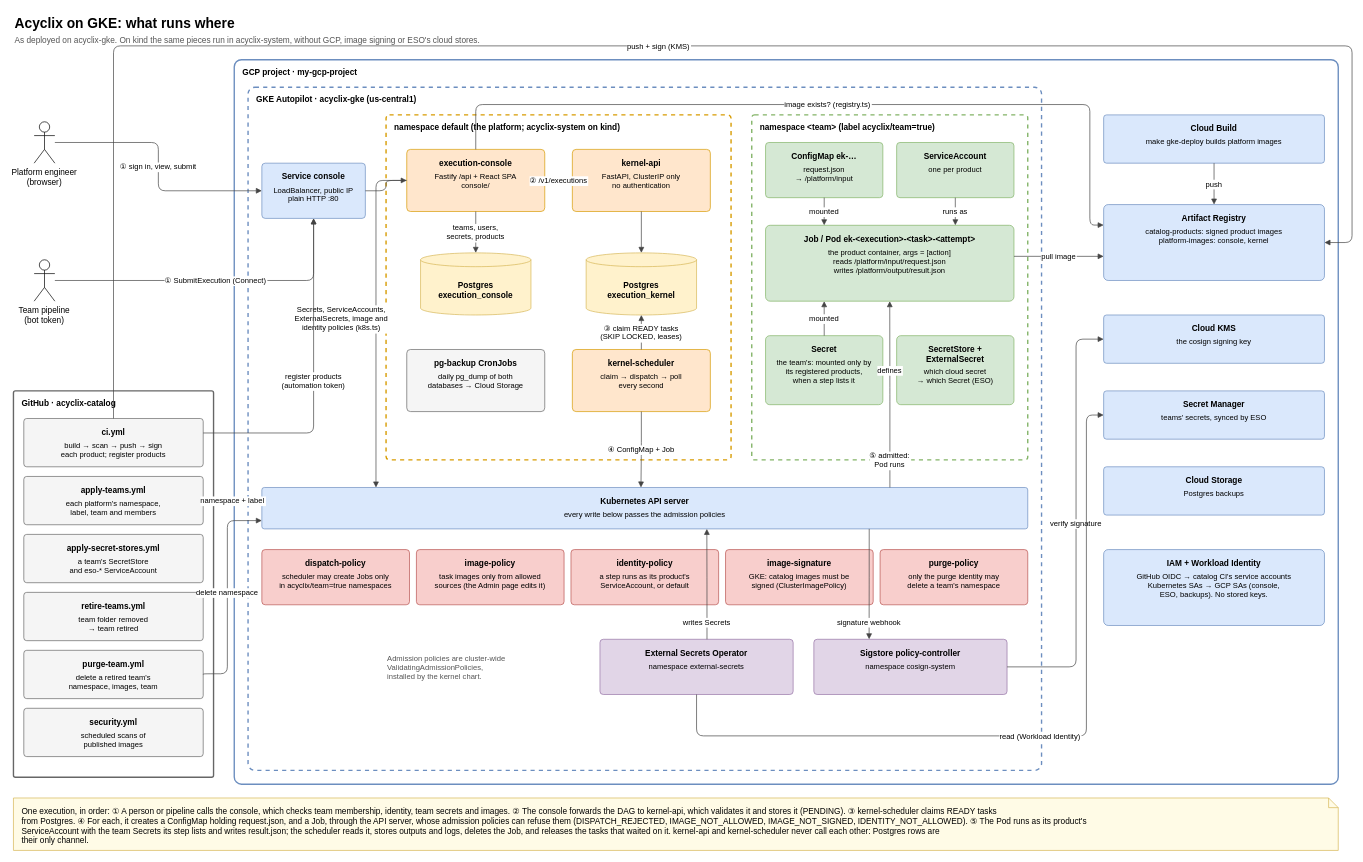
Earlier version of the draw.io diagram page "1 · System" (1 of 5) of docs/architecture/acyclix.drawio (rburns629/vertra). Source tidied: cells renumbered, new cells numbered last; positions are measured from the earlier drawing's top-left corner, leaving out a move shared by most shapes. Both pictures are drawn from the tidied source at 69%, with x=0, y=0 at pixel (13, 11).
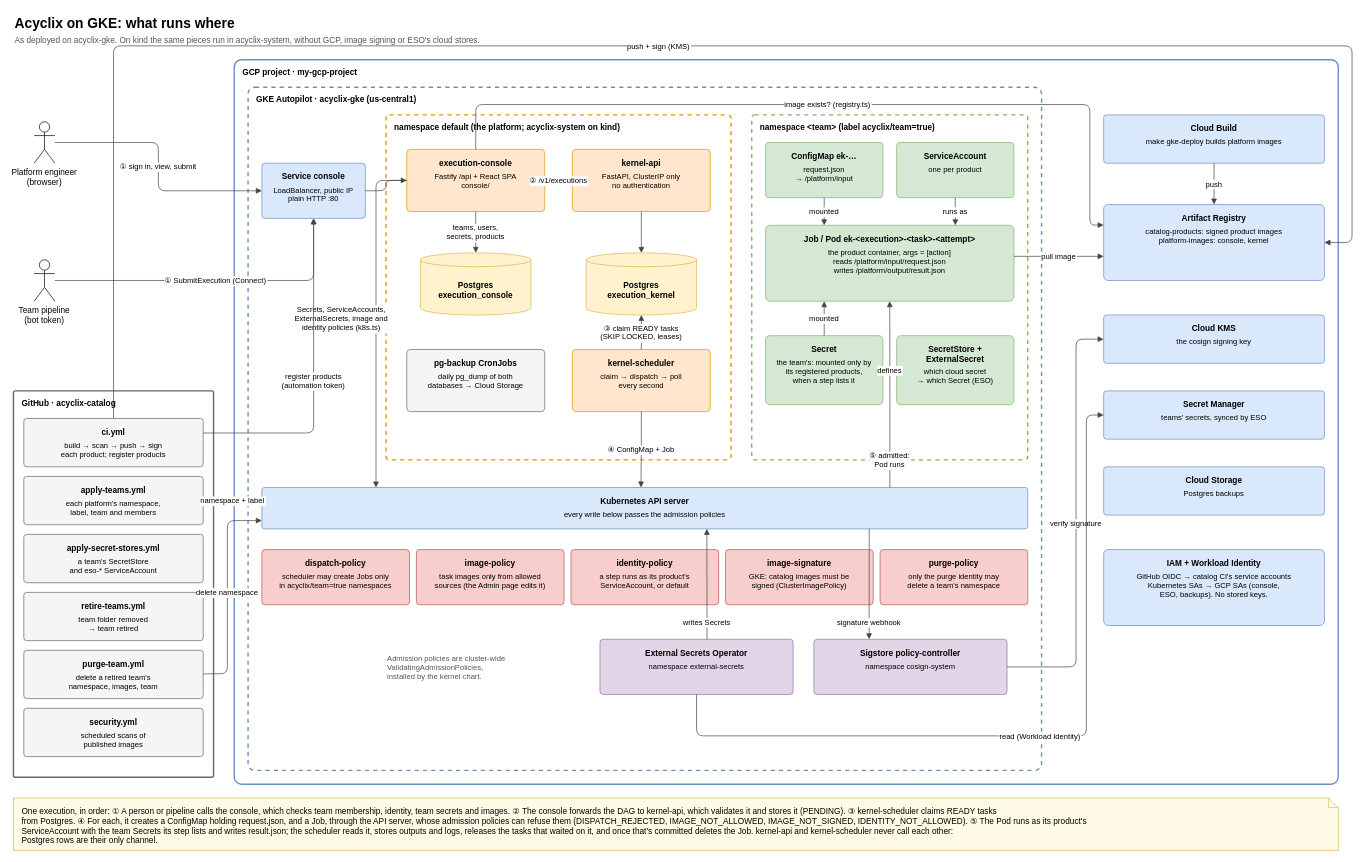
The same page after the edit.

Diff of the diagram source:
```diff
@@
-    <mxCell id="99" value="One execution, in order: ① A person or pipeline calls the console, which checks team membership, identity, team secrets and images. ② The console forwards the DAG to kernel-api, which validates it and stores it (PENDING). ③ kernel-scheduler claims READY tasks&#10;from Postgres. ④ For each, it creates a ConfigMap holding request.json, and a Job, through the API server, whose admission policies can refuse them (DISPATCH_REJECTED, IMAGE_NOT_ALLOWED, IMAGE_NOT_SIGNED, IDENTITY_NOT_ALLOWED). ⑤ The Pod runs as its product's&#10;ServiceAccount with the team Secrets its step lists and writes result.json; the scheduler reads it, stores outputs and logs, deletes the Job, and releases the tasks that waited on it. kernel-api and kernel-scheduler never call each other: Postgres rows are&#10;their only channel." style="shape=note;size=14;align=left;verticalAlign=top;spacingLeft=10;spacingTop=6;fillColor=#fffbe6;strokeColor=#d6b656;html=0;fontFamily=Helvetica;fontSize=12;" parent="1" vertex="1">
+    <mxCell id="99" value="One execution, in order: ① A person or pipeline calls the console, which checks team membership, identity, team secrets and images. ② The console forwards the DAG to kernel-api, which validates it and stores it (PENDING). ③ kernel-scheduler claims READY tasks&#10;from Postgres. ④ For each, it creates a ConfigMap holding request.json, and a Job, through the API server, whose admission policies can refuse them (DISPATCH_REJECTED, IMAGE_NOT_ALLOWED, IMAGE_NOT_SIGNED, IDENTITY_NOT_ALLOWED). ⑤ The Pod runs as its product's&#10;ServiceAccount with the team Secrets its step lists and writes result.json; the scheduler reads it, stores outputs and logs, releases the tasks that waited on it, and once that's committed deletes the Job. kernel-api and kernel-scheduler never call each other:&#10;Postgres rows are their only channel." style="shape=note;size=14;align=left;verticalAlign=top;spacingLeft=10;spacingTop=6;fillColor=#fffbe6;strokeColor=#d6b656;html=0;fontFamily=Helvetica;fontSize=12;" parent="1" vertex="1">
       <mxGeometry y="1140" width="1920" height="76" as="geometry" />
     </mxCell>
```
